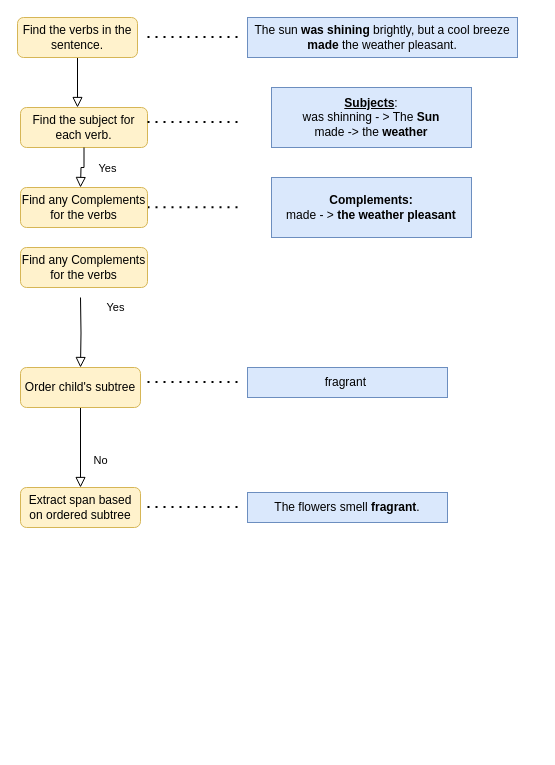
Above: Resources/drawio/finding_subjects.drawio in johnosbb/NLP (draw.io), before the change. Source tidied: cells renumbered, new cells numbered last; positions are measured from the earlier drawing's top-left corner, leaving out a move shared by most shapes. Both pictures are drawn from the tidied source at 100%, with x=0, y=0 at pixel (17, 17).
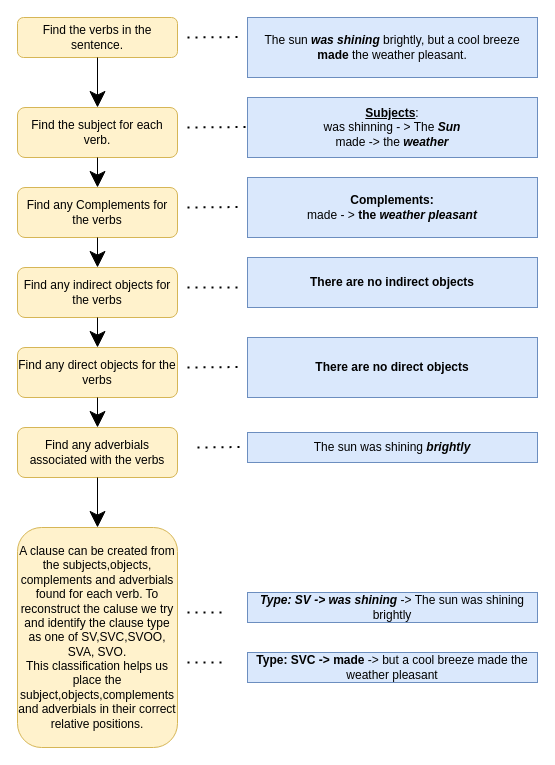
Above is the later version.

The edit, as a diff of the source:
```diff
@@
-    <mxCell id="2" style="rounded=0;html=1;jettySize=auto;fontSize=11;endArrow=block;endFill=0;endSize=8;strokeWidth=1;shadow=0;labelBackgroundColor=none;edgeStyle=orthogonalEdgeStyle;" parent="1" edge="1" source="3">
-      <mxGeometry relative="1" as="geometry">
-        <mxPoint x="60" y="90" as="targetPoint" />
-        <Array as="points">
-          <mxPoint x="60" y="90" />
-          <mxPoint x="60" y="90" />
-        </Array>
-      </mxGeometry>
-    </mxCell>
     <mxCell id="3" value="Find the verbs in the sentence." style="rounded=1;whiteSpace=wrap;html=1;fontSize=12;glass=0;strokeWidth=1;shadow=0;fillColor=#fff2cc;strokeColor=#d6b656;" parent="1" vertex="1">
-      <mxGeometry width="120" height="40" as="geometry" />
+      <mxGeometry width="160" height="40" as="geometry" />
     </mxCell>
-    <mxCell id="4" value="Yes" style="rounded=0;html=1;jettySize=auto;fontSize=11;endArrow=block;endFill=0;endSize=8;strokeWidth=1;shadow=0;labelBackgroundColor=none;edgeStyle=orthogonalEdgeStyle;entryX=0.5;entryY=0;entryDx=0;entryDy=0;" parent="1" edge="1" target="8">
-      <mxGeometry x="-0.73" y="35" relative="1" as="geometry">
-        <mxPoint x="63" y="280" as="sourcePoint" />
-      </mxGeometry>
-    </mxCell>
-    <mxCell id="5" value="No" style="rounded=0;html=1;jettySize=auto;fontSize=11;endArrow=block;endFill=0;endSize=8;strokeWidth=1;shadow=0;labelBackgroundColor=none;edgeStyle=orthogonalEdgeStyle;exitX=0.5;exitY=1;exitDx=0;exitDy=0;" parent="1" edge="1" source="8" target="6">
-      <mxGeometry x="0.33" y="20" relative="1" as="geometry" />
-    </mxCell>
-    <mxCell id="6" value="Extract span based on ordered subtree" style="rounded=1;whiteSpace=wrap;html=1;fontSize=12;glass=0;strokeWidth=1;shadow=0;fillColor=#fff2cc;strokeColor=#d6b656;" parent="1" vertex="1">
-      <mxGeometry x="3" y="470" width="120" height="40" as="geometry" />
+    <mxCell id="6" value="Find any adverbials associated with the verbs" style="rounded=1;whiteSpace=wrap;html=1;fontSize=12;glass=0;strokeWidth=1;shadow=0;fillColor=#fff2cc;strokeColor=#d6b656;" parent="1" vertex="1">
+      <mxGeometry y="410" width="160" height="50" as="geometry" />
     </mxCell>
     <mxCell id="7" value="Find the subject for each verb." style="rounded=1;whiteSpace=wrap;html=1;fontSize=12;glass=0;strokeWidth=1;shadow=0;fillColor=#fff2cc;strokeColor=#d6b656;" parent="1" vertex="1">
-      <mxGeometry x="3" y="90" width="127" height="40" as="geometry" />
+      <mxGeometry y="90" width="160" height="50" as="geometry" />
     </mxCell>
-    <mxCell id="8" value="Order child's subtree" style="rounded=1;whiteSpace=wrap;html=1;fontSize=12;glass=0;strokeWidth=1;shadow=0;fillColor=#fff2cc;strokeColor=#d6b656;" parent="1" vertex="1">
-      <mxGeometry x="3" y="350" width="120" height="40" as="geometry" />
+    <mxCell id="8" value="Find any direct objects for the verbs" style="rounded=1;whiteSpace=wrap;html=1;fontSize=12;glass=0;strokeWidth=1;shadow=0;fillColor=#fff2cc;strokeColor=#d6b656;" parent="1" vertex="1">
+      <mxGeometry y="330" width="160" height="50" as="geometry" />
     </mxCell>
-    <mxCell id="9" value="The sun &lt;b&gt;was shining&lt;/b&gt; brightly, but a cool breeze &lt;b&gt;made&lt;/b&gt; the weather pleasant." style="rounded=0;whiteSpace=wrap;html=1;hachureGap=4;fillColor=#dae8fc;strokeColor=#6c8ebf;" parent="1" vertex="1">
-      <mxGeometry x="230" width="270" height="40" as="geometry" />
+    <mxCell id="9" value="The sun &lt;b&gt;&lt;i&gt;was shining&lt;/i&gt;&lt;/b&gt; brightly, but a cool breeze &lt;b&gt;made&lt;/b&gt; the weather pleasant." style="rounded=0;whiteSpace=wrap;html=1;hachureGap=4;fillColor=#dae8fc;strokeColor=#6c8ebf;" parent="1" vertex="1">
+      <mxGeometry x="230" width="290" height="60" as="geometry" />
     </mxCell>
-    <mxCell id="10" value="&lt;b&gt;&lt;u&gt;Subjects&lt;/u&gt;&lt;/b&gt;: &lt;br&gt;was shinning - &amp;gt; The &lt;b&gt;Sun&lt;/b&gt;&lt;br&gt;made -&amp;gt; the &lt;b&gt;weather&lt;/b&gt;" style="rounded=0;whiteSpace=wrap;html=1;hachureGap=4;fillColor=#dae8fc;strokeColor=#6c8ebf;" parent="1" vertex="1">
-      <mxGeometry x="254" y="70" width="200" height="60" as="geometry" />
+    <mxCell id="10" value="&lt;b&gt;&lt;u&gt;Subjects&lt;/u&gt;&lt;/b&gt;: &lt;br&gt;was shinning - &amp;gt; The &lt;b&gt;&lt;i&gt;Sun&lt;/i&gt;&lt;/b&gt;&lt;br&gt;made -&amp;gt; the &lt;b&gt;&lt;i&gt;weather&lt;/i&gt;&lt;/b&gt;" style="rounded=0;whiteSpace=wrap;html=1;hachureGap=4;fillColor=#dae8fc;strokeColor=#6c8ebf;" parent="1" vertex="1">
+      <mxGeometry x="230" y="80" width="290" height="60" as="geometry" />
     </mxCell>
-    <mxCell id="11" value="fragrant&amp;nbsp;" style="rounded=0;whiteSpace=wrap;html=1;hachureGap=4;fillColor=#dae8fc;strokeColor=#6c8ebf;" parent="1" vertex="1">
-      <mxGeometry x="230" y="350" width="200" height="30" as="geometry" />
+    <mxCell id="11" value="&lt;b&gt;There are no direct objects&lt;/b&gt;" style="rounded=0;whiteSpace=wrap;html=1;hachureGap=4;fillColor=#dae8fc;strokeColor=#6c8ebf;" parent="1" vertex="1">
+      <mxGeometry x="230" y="320" width="290" height="60" as="geometry" />
     </mxCell>
-    <mxCell id="12" value="The flowers smell &lt;b&gt;fragrant&lt;/b&gt;." style="rounded=0;whiteSpace=wrap;html=1;hachureGap=4;fillColor=#dae8fc;strokeColor=#6c8ebf;" parent="1" vertex="1">
-      <mxGeometry x="230" y="475" width="200" height="30" as="geometry" />
+    <mxCell id="12" value="The sun was shining &lt;b&gt;&lt;i&gt;brightly&lt;/i&gt;&lt;/b&gt;" style="rounded=0;whiteSpace=wrap;html=1;hachureGap=4;fillColor=#dae8fc;strokeColor=#6c8ebf;" parent="1" vertex="1">
+      <mxGeometry x="230" y="415" width="290" height="30" as="geometry" />
     </mxCell>
-    <mxCell id="13" value="&lt;b&gt;Complements:&lt;/b&gt;&lt;br&gt;made&lt;b&gt; &lt;/b&gt;- &amp;gt; &lt;b&gt;the weather pleasant&lt;/b&gt;" style="rounded=0;whiteSpace=wrap;html=1;hachureGap=4;fillColor=#dae8fc;strokeColor=#6c8ebf;" parent="1" vertex="1">
-      <mxGeometry x="254" y="160" width="200" height="60" as="geometry" />
+    <mxCell id="13" value="&lt;b&gt;Complements:&lt;/b&gt;&lt;br&gt;made&lt;b&gt; &lt;/b&gt;- &amp;gt; &lt;b&gt;the &lt;i&gt;weather pleasant&lt;/i&gt;&lt;/b&gt;" style="rounded=0;whiteSpace=wrap;html=1;hachureGap=4;fillColor=#dae8fc;strokeColor=#6c8ebf;" parent="1" vertex="1">
+      <mxGeometry x="230" y="160" width="290" height="60" as="geometry" />
     </mxCell>
     <mxCell id="14" style="endArrow=none;dashed=1;html=1;dashPattern=1 3;strokeWidth=2;startSize=14;endSize=14;sourcePerimeterSpacing=8;targetPerimeterSpacing=8;" parent="1" edge="1">
       <mxGeometry relative="1" as="geometry">
-        <mxPoint x="130" y="19.6" as="sourcePoint" />
+        <mxPoint x="170" y="20" as="sourcePoint" />
         <mxPoint x="220" y="19.6" as="targetPoint" />
       </mxGeometry>
     </mxCell>
     <mxCell id="15" style="endArrow=none;dashed=1;html=1;dashPattern=1 3;strokeWidth=2;startSize=14;endSize=14;sourcePerimeterSpacing=8;targetPerimeterSpacing=8;" parent="1" edge="1">
       <mxGeometry relative="1" as="geometry">
-        <mxPoint x="130" y="104.6" as="sourcePoint" />
-        <mxPoint x="220" y="104.6" as="targetPoint" />
+        <mxPoint x="170" y="110" as="sourcePoint" />
+        <mxPoint x="230" y="109.5" as="targetPoint" />
       </mxGeometry>
     </mxCell>
     <mxCell id="16" style="endArrow=none;dashed=1;html=1;dashPattern=1 3;strokeWidth=2;startSize=14;endSize=14;sourcePerimeterSpacing=8;targetPerimeterSpacing=8;" parent="1" edge="1">
       <mxGeometry relative="1" as="geometry">
-        <mxPoint x="130" y="189.7" as="sourcePoint" />
-        <mxPoint x="220" y="189.7" as="targetPoint" />
+        <mxPoint x="170" y="190" as="sourcePoint" />
+        <mxPoint x="223.5" y="189.5" as="targetPoint" />
       </mxGeometry>
     </mxCell>
     <mxCell id="17" style="endArrow=none;dashed=1;html=1;dashPattern=1 3;strokeWidth=2;startSize=14;endSize=14;sourcePerimeterSpacing=8;targetPerimeterSpacing=8;" parent="1" edge="1">
       <mxGeometry relative="1" as="geometry">
-        <mxPoint x="130" y="364.6" as="sourcePoint" />
-        <mxPoint x="220" y="364.6" as="targetPoint" />
+        <mxPoint x="170" y="350" as="sourcePoint" />
+        <mxPoint x="223.5" y="349.5" as="targetPoint" />
       </mxGeometry>
     </mxCell>
     <mxCell id="18" style="endArrow=none;dashed=1;html=1;dashPattern=1 3;strokeWidth=2;startSize=14;endSize=14;sourcePerimeterSpacing=8;targetPerimeterSpacing=8;" parent="1" edge="1">
       <mxGeometry relative="1" as="geometry">
-        <mxPoint x="130" y="489.6" as="sourcePoint" />
-        <mxPoint x="220" y="489.6" as="targetPoint" />
+        <mxPoint x="180" y="430" as="sourcePoint" />
+        <mxPoint x="223.5" y="429.5" as="targetPoint" />
       </mxGeometry>
     </mxCell>
-    <mxCell id="19" value="Yes" style="rounded=0;html=1;jettySize=auto;fontSize=11;endArrow=block;endFill=0;endSize=8;strokeWidth=1;shadow=0;labelBackgroundColor=none;edgeStyle=orthogonalEdgeStyle;exitX=0.5;exitY=1;exitDx=0;exitDy=0;" parent="1" edge="1" source="7">
-      <mxGeometry x="0.07" y="27" relative="1" as="geometry">
-        <mxPoint x="63" y="170" as="targetPoint" />
-      </mxGeometry>
-    </mxCell>
     <mxCell id="20" value="Find any Complements for the verbs" style="rounded=1;whiteSpace=wrap;html=1;fontSize=12;glass=0;strokeWidth=1;shadow=0;fillColor=#fff2cc;strokeColor=#d6b656;" parent="1" vertex="1">
-      <mxGeometry x="3" y="170" width="127" height="40" as="geometry" />
+      <mxGeometry y="170" width="160" height="50" as="geometry" />
     </mxCell>
-    <mxCell id="21" value="Find any Complements for the verbs" style="rounded=1;whiteSpace=wrap;html=1;fontSize=12;glass=0;strokeWidth=1;shadow=0;fillColor=#fff2cc;strokeColor=#d6b656;" parent="1" vertex="1">
-      <mxGeometry x="3" y="230" width="127" height="40" as="geometry" />
+    <mxCell id="21" value="Find any indirect objects for the verbs" style="rounded=1;whiteSpace=wrap;html=1;fontSize=12;glass=0;strokeWidth=1;shadow=0;fillColor=#fff2cc;strokeColor=#d6b656;" parent="1" vertex="1">
+      <mxGeometry y="250" width="160" height="50" as="geometry" />
     </mxCell>
+    <mxCell id="22" value="&lt;b&gt;There are no indirect objects&lt;/b&gt;" style="rounded=0;whiteSpace=wrap;html=1;hachureGap=4;fillColor=#dae8fc;strokeColor=#6c8ebf;" parent="1" vertex="1">
+      <mxGeometry x="230" y="240" width="290" height="50" as="geometry" />
+    </mxCell>
+    <mxCell id="23" style="endArrow=none;dashed=1;html=1;dashPattern=1 3;strokeWidth=2;startSize=14;endSize=14;sourcePerimeterSpacing=8;targetPerimeterSpacing=8;" parent="1" edge="1">
+      <mxGeometry relative="1" as="geometry">
+        <mxPoint x="170" y="270" as="sourcePoint" />
+        <mxPoint x="224" y="270" as="targetPoint" />
+      </mxGeometry>
+    </mxCell>
+    <mxCell id="24" style="endArrow=classic;html=1;startSize=14;endSize=14;sourcePerimeterSpacing=8;targetPerimeterSpacing=8;exitX=0.5;exitY=1;exitDx=0;exitDy=0;entryX=0.5;entryY=0;entryDx=0;entryDy=0;" parent="1" edge="1" source="3" target="7">
+      <mxGeometry relative="1" as="geometry" />
+    </mxCell>
+    <mxCell id="25" style="endArrow=classic;html=1;startSize=14;endSize=14;sourcePerimeterSpacing=8;targetPerimeterSpacing=8;exitX=0.5;exitY=1;exitDx=0;exitDy=0;entryX=0.5;entryY=0;entryDx=0;entryDy=0;" parent="1" edge="1" source="7" target="20">
+      <mxGeometry relative="1" as="geometry" />
+    </mxCell>
+    <mxCell id="26" style="endArrow=classic;html=1;startSize=14;endSize=14;sourcePerimeterSpacing=8;targetPerimeterSpacing=8;entryX=0.5;entryY=0;entryDx=0;entryDy=0;" parent="1" edge="1" target="21">
+      <mxGeometry relative="1" as="geometry">
+        <mxPoint x="80" y="220" as="sourcePoint" />
+      </mxGeometry>
+    </mxCell>
+    <mxCell id="27" style="endArrow=classic;html=1;startSize=14;endSize=14;sourcePerimeterSpacing=8;targetPerimeterSpacing=8;exitX=0.5;exitY=1;exitDx=0;exitDy=0;entryX=0.5;entryY=0;entryDx=0;entryDy=0;" parent="1" edge="1" source="21" target="8">
+      <mxGeometry relative="1" as="geometry" />
+    </mxCell>
+    <mxCell id="28" style="endArrow=classic;html=1;startSize=14;endSize=14;sourcePerimeterSpacing=8;targetPerimeterSpacing=8;" parent="1" edge="1">
+      <mxGeometry relative="1" as="geometry">
+        <mxPoint x="80" y="380" as="sourcePoint" />
+        <mxPoint x="80" y="410" as="targetPoint" />
+      </mxGeometry>
+    </mxCell>
+    <mxCell id="29" value="A clause can be created from the subjects,objects, complements and adverbials found for each verb. To reconstruct the caluse we try and identify the clause type as one of SV,SVC,SVOO, SVA, SVO.&lt;br&gt;This classification helps us place the subject,objects,complements and adverbials in their correct relative positions." style="rounded=1;whiteSpace=wrap;html=1;fontSize=12;glass=0;strokeWidth=1;shadow=0;fillColor=#fff2cc;strokeColor=#d6b656;" parent="1" vertex="1">
+      <mxGeometry y="510" width="160" height="220" as="geometry" />
+    </mxCell>
+    <mxCell id="30" value="&lt;b&gt;&lt;i&gt;Type: SV -&amp;gt; was shining&lt;/i&gt;&lt;/b&gt; -&amp;gt; The sun was shining brightly" style="rounded=0;whiteSpace=wrap;html=1;hachureGap=4;fillColor=#dae8fc;strokeColor=#6c8ebf;" parent="1" vertex="1">
+      <mxGeometry x="230" y="575" width="290" height="30" as="geometry" />
+    </mxCell>
+    <mxCell id="31" value="&lt;b&gt;Type: SVC -&amp;gt; made &lt;/b&gt;-&amp;gt; but a cool breeze made the weather pleasant" style="rounded=0;whiteSpace=wrap;html=1;hachureGap=4;fillColor=#dae8fc;strokeColor=#6c8ebf;" parent="1" vertex="1">
+      <mxGeometry x="230" y="635" width="290" height="30" as="geometry" />
+    </mxCell>
+    <mxCell id="32" style="endArrow=classic;html=1;startSize=14;endSize=14;sourcePerimeterSpacing=8;targetPerimeterSpacing=8;exitX=0.5;exitY=1;exitDx=0;exitDy=0;" parent="1" edge="1" source="6">
+      <mxGeometry relative="1" as="geometry">
+        <mxPoint x="80" y="510" as="targetPoint" />
+      </mxGeometry>
+    </mxCell>
+    <mxCell id="33" style="endArrow=none;dashed=1;html=1;dashPattern=1 3;strokeWidth=2;startSize=14;endSize=14;sourcePerimeterSpacing=8;targetPerimeterSpacing=8;" parent="1" edge="1">
+      <mxGeometry relative="1" as="geometry">
+        <mxPoint x="170" y="595" as="sourcePoint" />
+        <mxPoint x="210" y="595" as="targetPoint" />
+      </mxGeometry>
+    </mxCell>
+    <mxCell id="34" style="endArrow=none;dashed=1;html=1;dashPattern=1 3;strokeWidth=2;startSize=14;endSize=14;sourcePerimeterSpacing=8;targetPerimeterSpacing=8;" parent="1" edge="1">
+      <mxGeometry relative="1" as="geometry">
+        <mxPoint x="170" y="645" as="sourcePoint" />
+        <mxPoint x="210" y="645" as="targetPoint" />
+      </mxGeometry>
+    </mxCell>
```
